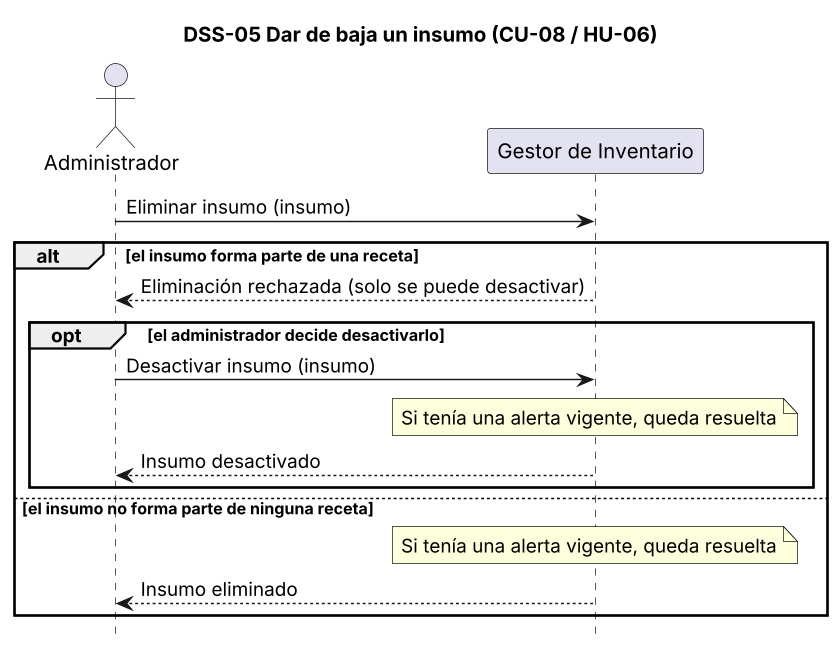
The PlantUML diagram diagramas/dss-05.png in lambtto/Gestor-Inventario-Brookie, before a commit.
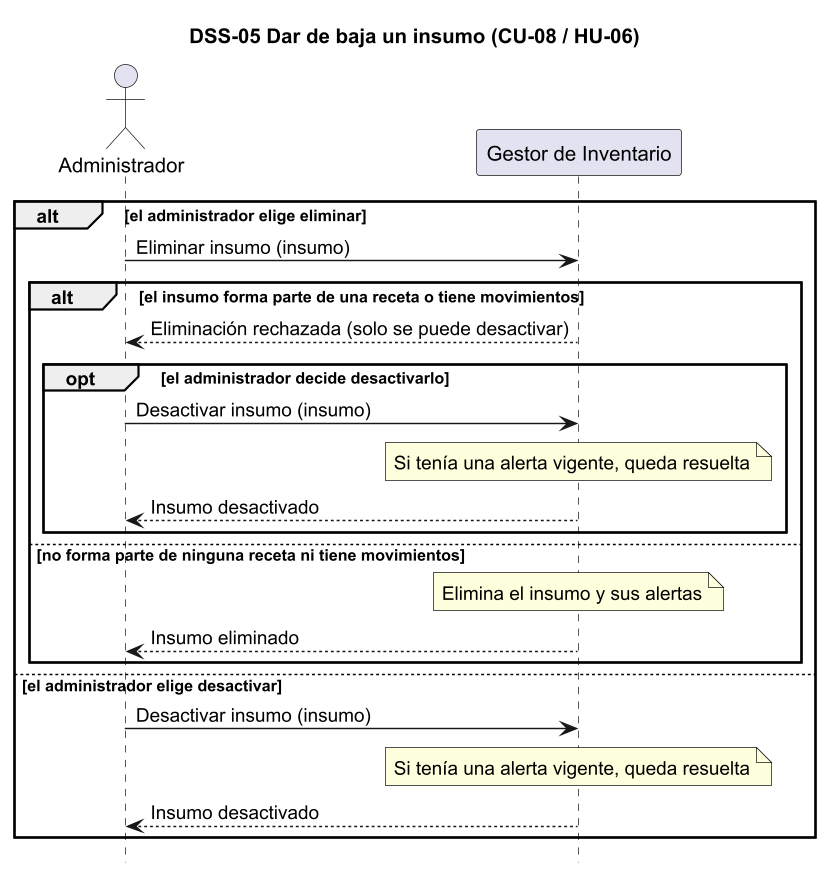
Above is the later version.

Change to the diagram source:
```diff
@@ -5,16 +5,22 @@
 actor Administrador as Adm
 participant "Gestor de Inventario" as G
 
-Adm -> G : Eliminar insumo (insumo)
-alt el insumo forma parte de una receta
-  G --> Adm : Eliminación rechazada (solo se puede desactivar)
-  opt el administrador decide desactivarlo
-    Adm -> G : Desactivar insumo (insumo)
-    note over G : Si tenía una alerta vigente, queda resuelta
-    G --> Adm : Insumo desactivado
+alt el administrador elige eliminar
+  Adm -> G : Eliminar insumo (insumo)
+  alt el insumo forma parte de una receta o tiene movimientos
+    G --> Adm : Eliminación rechazada (solo se puede desactivar)
+    opt el administrador decide desactivarlo
+      Adm -> G : Desactivar insumo (insumo)
+      note over G : Si tenía una alerta vigente, queda resuelta
+      G --> Adm : Insumo desactivado
+    end
+  else no forma parte de ninguna receta ni tiene movimientos
+    note over G : Elimina el insumo y sus alertas
+    G --> Adm : Insumo eliminado
   end
-else el insumo no forma parte de ninguna receta
+else el administrador elige desactivar
+  Adm -> G : Desactivar insumo (insumo)
   note over G : Si tenía una alerta vigente, queda resuelta
-  G --> Adm : Insumo eliminado
+  G --> Adm : Insumo desactivado
 end
 @enduml
```
